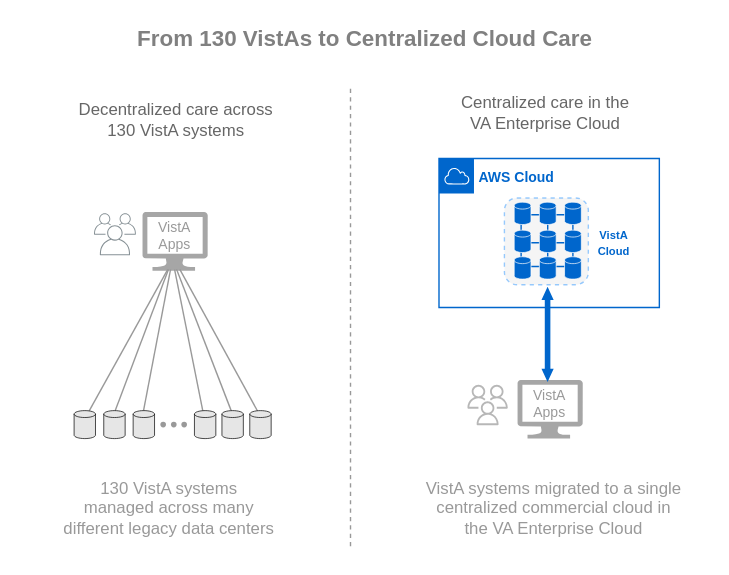
The draw.io diagram img/vista-to-vaec.svg in cloudvista/vaa, before a commit. Source tidied: cells renumbered, new cells last; positions are measured from the earlier drawing's top-left corner, leaving out a move shared by most shapes.
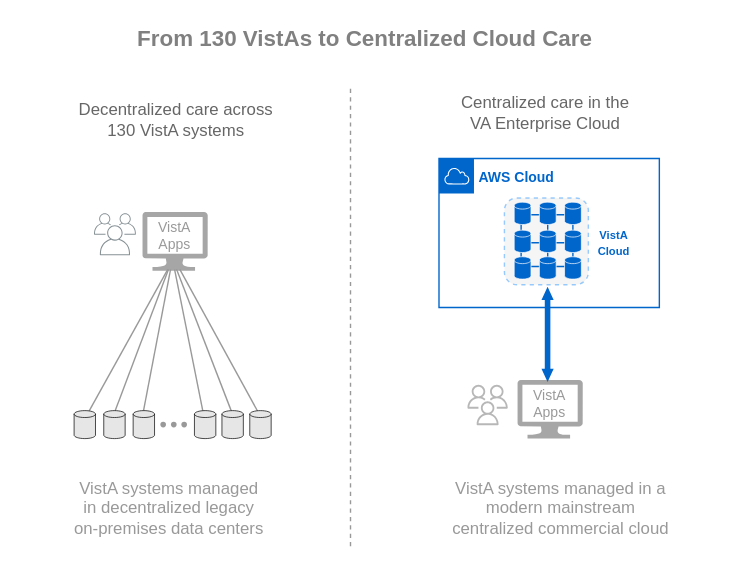
The same file after the commit.

The edit, as a diff of the source:
```diff
@@ -86,11 +86,11 @@
     <mxCell id="23" style="shape=cylinder3;whiteSpace=wrap;html=1;boundedLbl=1;backgroundOutline=1;size=2.4705882352940876;strokeColor=#000000;strokeWidth=0.5;fillColor=#E6E6E6;gradientColor=none;" parent="1" vertex="1">
       <mxGeometry x="158.1" y="293" width="15.3" height="20" as="geometry" />
     </mxCell>
-    <mxCell id="24" value="130 VistA systems&lt;br&gt;managed across many&amp;nbsp;&lt;br&gt;different legacy data centers" style="text;html=1;align=center;verticalAlign=middle;strokeColor=none;fillColor=none;fontColor=#999999;" parent="1" vertex="1">
-      <mxGeometry x="34.9" y="333" width="170" height="60" as="geometry" />
+    <mxCell id="24" value="VistA systems managed&lt;br&gt;&amp;nbsp;in decentralized legacy&amp;nbsp;&lt;br&gt;on-premises data centers" style="text;html=1;align=center;verticalAlign=middle;strokeColor=none;fillColor=none;fontColor=#999999;" parent="1" vertex="1">
+      <mxGeometry x="39.9" y="333" width="160" height="60" as="geometry" />
     </mxCell>
-    <mxCell id="25" value="VistA systems migrated to a single&lt;br&gt;centralized commercial cloud in &lt;br&gt;the VA Enterprise Cloud" style="text;html=1;align=center;verticalAlign=middle;strokeColor=none;fillColor=none;fontColor=#999999;" parent="1" vertex="1">
-      <mxGeometry x="289.7" y="333" width="210" height="60" as="geometry" />
+    <mxCell id="25" value="VistA systems managed in a &lt;br&gt;modern mainstream&amp;nbsp;&lt;br&gt;centralized&amp;nbsp;commercial cloud&amp;nbsp;" style="text;html=1;align=center;verticalAlign=middle;strokeColor=none;fillColor=none;fontColor=#999999;" parent="1" vertex="1">
+      <mxGeometry x="310" y="333" width="180" height="60" as="geometry" />
     </mxCell>
     <mxCell id="26" style="sketch=0;gradientColor=none;fontColor=#545B64;strokeColor=none;fillColor=#879196;dashed=0;verticalLabelPosition=bottom;verticalAlign=top;align=center;html=1;fontSize=12;fontStyle=0;shape=mxgraph.aws4.illustration_users;" parent="1" vertex="1">
       <mxGeometry x="66.6" y="152" width="30" height="30" as="geometry" />
```
